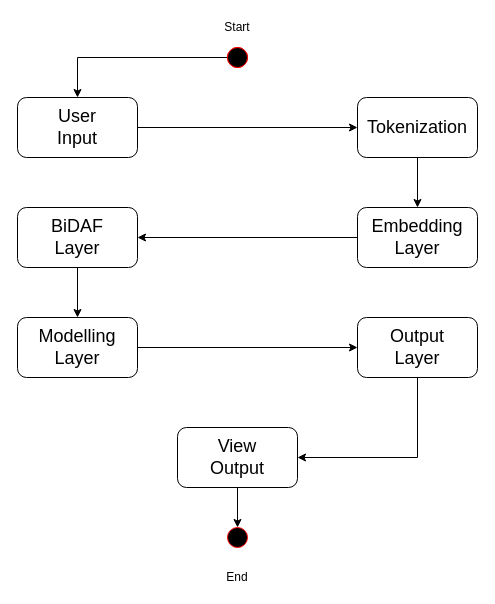
The draw.io diagram SRS Drafts/Activity1.drawio in m-ibrahim-khalil/SPL2-nlp, before the edit. Source tidied: cells renumbered, new cells numbered last; positions are measured from the earlier drawing's top-left corner, leaving out a move shared by most shapes. Both pictures are drawn from the tidied source at 100%, with x=0, y=0 at pixel (17, 17).
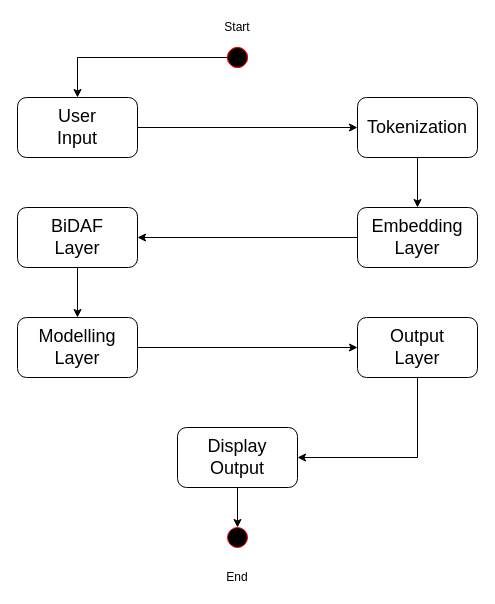
After the change.

What changed in the source:
```diff
@@
-    <mxCell id="21" value="&lt;div&gt;&lt;font style=&quot;font-size: 18px&quot;&gt;View&lt;/font&gt;&lt;/div&gt;&lt;div&gt;&lt;font style=&quot;font-size: 18px&quot;&gt;Output&lt;/font&gt;&lt;br&gt;&lt;/div&gt;" style="rounded=1;whiteSpace=wrap;html=1;strokeColor=#000000;fillColor=#FFFFFF;" parent="1" vertex="1">
+    <mxCell id="21" value="&lt;font style=&quot;font-size: 18px&quot;&gt;Display&lt;/font&gt;&lt;div&gt;&lt;font style=&quot;font-size: 18px&quot;&gt;Output&lt;/font&gt;&lt;br&gt;&lt;/div&gt;" style="rounded=1;whiteSpace=wrap;html=1;strokeColor=#000000;fillColor=#FFFFFF;" parent="1" vertex="1">
       <mxGeometry x="160" y="410" width="120" height="60" as="geometry" />
     </mxCell>
```
